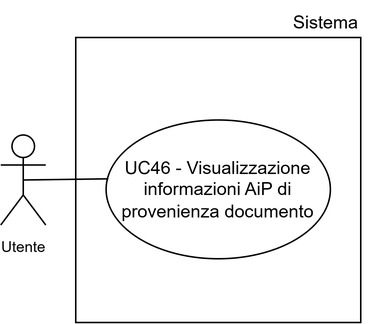
The draw.io diagram assets/uml/UC46.png in 7-ZPUs/Docs, before a commit. Source tidied: cells renumbered, new cells last; positions are measured from the earlier drawing's top-left corner, leaving out a move shared by most shapes.
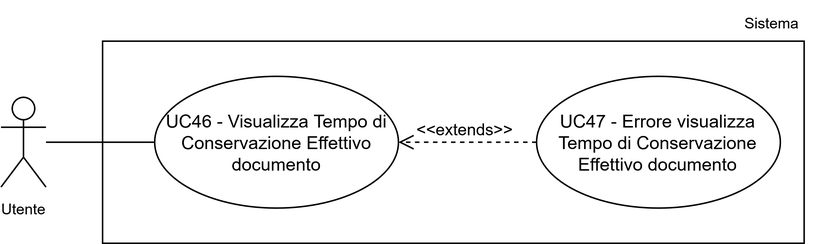
After the change.

Diff of the diagram source:
```diff
@@ -3,19 +3,25 @@
     <mxCell id="0" />
     <mxCell id="1" parent="0" />
     <mxCell id="2" style="whiteSpace=wrap;html=1;" parent="1" vertex="1">
-      <mxGeometry x="50" y="25.5" width="190" height="190" as="geometry" />
+      <mxGeometry x="377.9" y="2247" width="467.4" height="135" as="geometry" />
     </mxCell>
-    <mxCell id="3" value="&lt;font style=&quot;font-size: 10px;&quot;&gt;Utente&lt;/font&gt;" style="shape=umlActor;verticalLabelPosition=bottom;verticalAlign=top;html=1;outlineConnect=0;" parent="1" vertex="1">
-      <mxGeometry y="90.5" width="30" height="60" as="geometry" />
+    <mxCell id="3" value="UC46 - Visualizza Tempo di Conservazione Effettivo documento" style="ellipse;whiteSpace=wrap;html=1;" parent="1" vertex="1">
+      <mxGeometry x="412.6" y="2270.5" width="162.4" height="88" as="geometry" />
     </mxCell>
-    <mxCell id="4" value="UC46 - Visualizzazione informazioni AiP di provenienza documento" style="ellipse;whiteSpace=wrap;html=1;" parent="1" vertex="1">
-      <mxGeometry x="70.2" y="80.5" width="149.5" height="92.5" as="geometry" />
+    <mxCell id="4" value="&lt;font style=&quot;font-size: 10px;&quot;&gt;Utente&lt;/font&gt;" style="shape=umlActor;verticalLabelPosition=bottom;verticalAlign=top;html=1;outlineConnect=0;" parent="1" vertex="1">
+      <mxGeometry x="310.1" y="2284.5" width="30" height="60" as="geometry" />
     </mxCell>
-    <mxCell id="5" style="endArrow=none;html=1;rounded=0;entryX=0.01;entryY=0.424;entryDx=0;entryDy=0;entryPerimeter=0;exitX=0.5;exitY=0.5;exitDx=0;exitDy=0;exitPerimeter=0;" parent="1" edge="1" source="3" target="4">
-      <mxGeometry relative="1" as="geometry" />
+    <mxCell id="5" value="Sistema" style="text;html=1;whiteSpace=wrap;strokeColor=none;fillColor=none;align=center;verticalAlign=middle;rounded=0;fontSize=10;" parent="1" vertex="1">
+      <mxGeometry x="794.4" y="2220" width="60" height="30" as="geometry" />
     </mxCell>
-    <mxCell id="6" value="&lt;font style=&quot;font-size: 12px;&quot;&gt;Sistema&lt;/font&gt;" style="text;html=1;whiteSpace=wrap;strokeColor=none;fillColor=none;align=center;verticalAlign=middle;rounded=0;fontSize=10;" parent="1" vertex="1">
-      <mxGeometry x="187" y="0.5" width="60" height="30" as="geometry" />
+    <mxCell id="6" style="endArrow=none;html=1;rounded=0;entryX=0;entryY=0.5;entryDx=0;entryDy=0;" parent="1" edge="1" source="4" target="3">
+      <mxGeometry relative="1" as="geometry" />
     </mxCell>
+    <mxCell id="7" value="UC47 - Errore visualizza Tempo di Conservazione Effettivo documento" style="ellipse;whiteSpace=wrap;html=1;" parent="1" vertex="1">
+      <mxGeometry x="667" y="2270.5" width="162.4" height="88" as="geometry" />
+    </mxCell>
+    <mxCell id="8" value="&amp;lt;&amp;lt;extends&amp;gt;&amp;gt;" style="html=1;verticalAlign=bottom;endArrow=open;dashed=1;endSize=8;curved=0;rounded=0;exitX=0;exitY=0.5;exitDx=0;exitDy=0;entryX=1;entryY=0.5;entryDx=0;entryDy=0;" parent="1" edge="1" source="7" target="3">
+      <mxGeometry x="0.05" relative="1" as="geometry" />
+    </mxCell>
   </root>
 </mxGraphModel>
```
